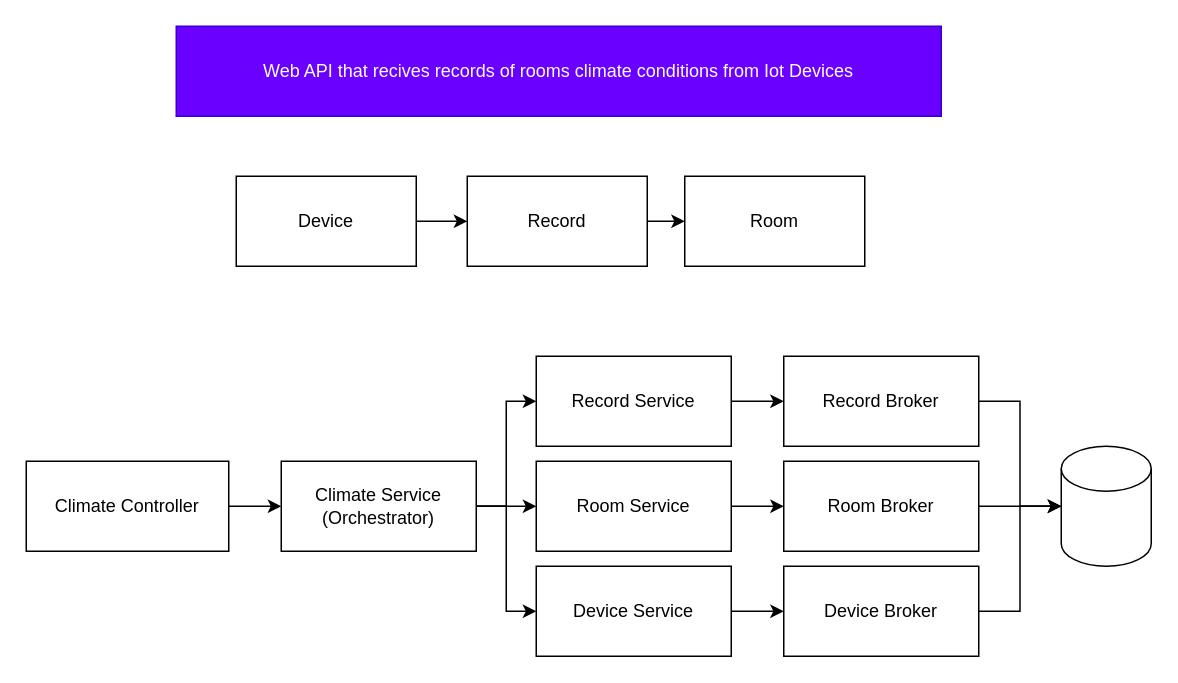
This is RoomClimateRecordDesign.drawio from joserossini/RoomClimateRecord, a draw.io file, before an edit. Source tidied: cells renumbered, new cells numbered last; positions are measured from the earlier drawing's top-left corner, leaving out a move shared by most shapes. Both pictures are drawn from the tidied source at 150%, with x=0, y=0 at pixel (26, 26).
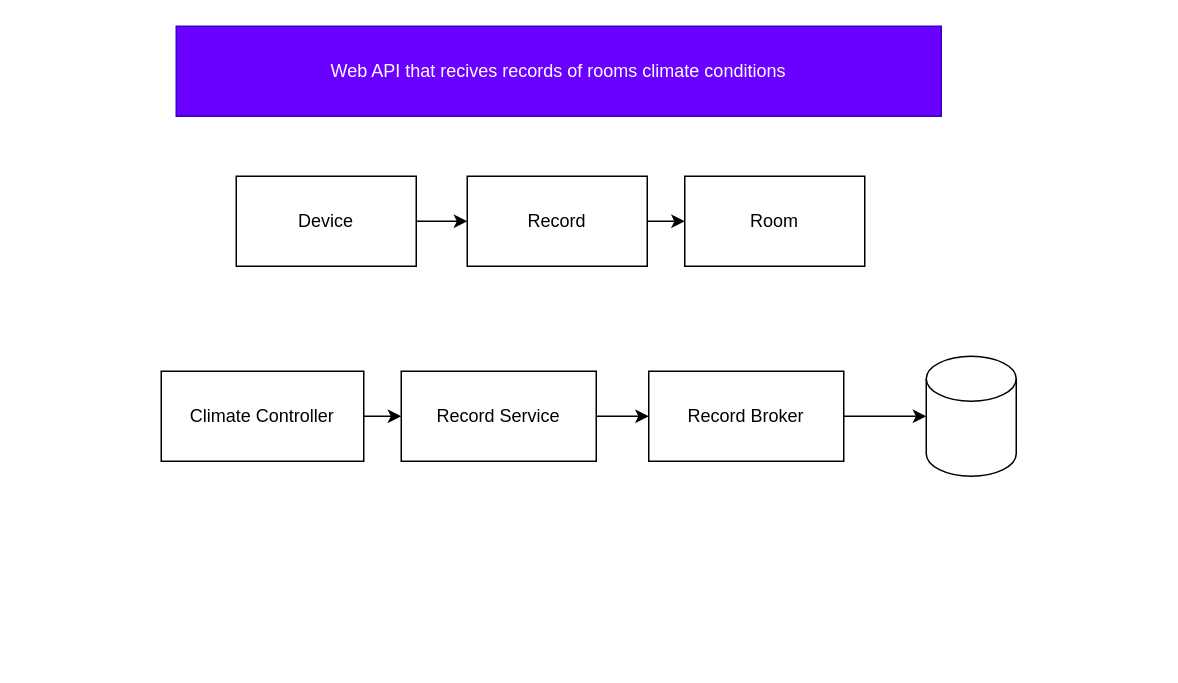
The same diagram, later.

Commit message (it also covers changes not shown here):
Added some code fundation for the broker, controller and service

What changed in the source:
```diff
@@
-    <mxCell id="2" value="Web API that recives records of rooms climate conditions from Iot Devices" style="rounded=0;whiteSpace=wrap;html=1;fillColor=#6a00ff;fontColor=#ffffff;strokeColor=#3700CC;" parent="1" vertex="1">
+    <mxCell id="2" value="Web API that recives records of rooms climate conditions" style="rounded=0;whiteSpace=wrap;html=1;fillColor=#6a00ff;fontColor=#ffffff;strokeColor=#3700CC;" parent="1" vertex="1">
       <mxGeometry x="100" width="510" height="60" as="geometry" />
     </mxCell>
@@
     <mxCell id="8" value="&lt;br&gt;" style="shape=cylinder3;whiteSpace=wrap;html=1;boundedLbl=1;backgroundOutline=1;size=15;" parent="1" vertex="1">
-      <mxGeometry x="690" y="280" width="60" height="80" as="geometry" />
+      <mxGeometry x="600" y="220" width="60" height="80" as="geometry" />
     </mxCell>
@@
     <mxCell id="10" value="Record Broker" style="rounded=0;whiteSpace=wrap;html=1;" parent="1" vertex="1">
-      <mxGeometry x="505" y="220" width="130" height="60" as="geometry" />
+      <mxGeometry x="415" y="230" width="130" height="60" as="geometry" />
     </mxCell>
-    <mxCell id="11" style="edgeStyle=orthogonalEdgeStyle;rounded=0;jettySize=auto;html=1;entryX=0;entryY=0.5;entryDx=0;entryDy=0;entryPerimeter=0;" parent="1" edge="1" source="12" target="8">
-      <mxGeometry relative="1" as="geometry" />
-    </mxCell>
-    <mxCell id="12" value="Room Broker" style="rounded=0;whiteSpace=wrap;html=1;" parent="1" vertex="1">
-      <mxGeometry x="505" y="290" width="130" height="60" as="geometry" />
-    </mxCell>
-    <mxCell id="13" style="edgeStyle=orthogonalEdgeStyle;rounded=0;jettySize=auto;html=1;entryX=0;entryY=0.5;entryDx=0;entryDy=0;" parent="1" edge="1" source="14" target="26">
-      <mxGeometry relative="1" as="geometry" />
-    </mxCell>
+    <mxCell id="27" style="edgeStyle=orthogonalEdgeStyle;rounded=0;jettySize=auto;html=1;entryX=0;entryY=0.5;entryDx=0;entryDy=0;" parent="1" edge="1" source="14" target="20">
+      <mxGeometry relative="1" as="geometry" />
+    </mxCell>
     <mxCell id="14" value="Climate Controller" style="rounded=0;whiteSpace=wrap;html=1;" parent="1" vertex="1">
-      <mxGeometry y="290" width="135" height="60" as="geometry" />
+      <mxGeometry x="90" y="230" width="135" height="60" as="geometry" />
     </mxCell>
-    <mxCell id="15" style="edgeStyle=orthogonalEdgeStyle;rounded=0;jettySize=auto;html=1;entryX=0;entryY=0.5;entryDx=0;entryDy=0;entryPerimeter=0;" parent="1" edge="1" source="16" target="8">
-      <mxGeometry relative="1" as="geometry" />
-    </mxCell>
-    <mxCell id="16" value="Device Broker" style="rounded=0;whiteSpace=wrap;html=1;" parent="1" vertex="1">
-      <mxGeometry x="505" y="360" width="130" height="60" as="geometry" />
-    </mxCell>
-    <mxCell id="17" style="edgeStyle=orthogonalEdgeStyle;rounded=0;jettySize=auto;html=1;" parent="1" edge="1" source="18" target="12">
-      <mxGeometry relative="1" as="geometry" />
+    <mxCell id="17" style="edgeStyle=orthogonalEdgeStyle;rounded=0;orthogonalLoop=1;jettySize=auto;html=1;" parent="1" edge="1">
+      <mxGeometry relative="1" as="geometry">
+        <mxPoint x="470" y="320" as="sourcePoint" />
+      </mxGeometry>
     </mxCell>
-    <mxCell id="18" value="Room Service" style="rounded=0;whiteSpace=wrap;html=1;" parent="1" vertex="1">
-      <mxGeometry x="340" y="290" width="130" height="60" as="geometry" />
-    </mxCell>
@@
     <mxCell id="20" value="Record Service" style="rounded=0;whiteSpace=wrap;html=1;" parent="1" vertex="1">
-      <mxGeometry x="340" y="220" width="130" height="60" as="geometry" />
+      <mxGeometry x="250" y="230" width="130" height="60" as="geometry" />
     </mxCell>
-    <mxCell id="21" style="edgeStyle=orthogonalEdgeStyle;rounded=0;jettySize=auto;html=1;" parent="1" edge="1" source="22" target="16">
-      <mxGeometry relative="1" as="geometry" />
+    <mxCell id="21" style="edgeStyle=orthogonalEdgeStyle;rounded=0;orthogonalLoop=1;jettySize=auto;html=1;" parent="1" edge="1">
+      <mxGeometry relative="1" as="geometry">
+        <mxPoint x="505" y="390" as="targetPoint" />
+      </mxGeometry>
     </mxCell>
-    <mxCell id="22" value="Device Service" style="rounded=0;whiteSpace=wrap;html=1;" parent="1" vertex="1">
-      <mxGeometry x="340" y="360" width="130" height="60" as="geometry" />
-    </mxCell>
-    <mxCell id="23" style="edgeStyle=orthogonalEdgeStyle;rounded=0;jettySize=auto;html=1;entryX=0;entryY=0.5;entryDx=0;entryDy=0;" parent="1" edge="1" source="26" target="20">
-      <mxGeometry relative="1" as="geometry" />
-    </mxCell>
-    <mxCell id="24" style="edgeStyle=orthogonalEdgeStyle;rounded=0;jettySize=auto;html=1;entryX=0;entryY=0.5;entryDx=0;entryDy=0;" parent="1" edge="1" source="26" target="18">
-      <mxGeometry relative="1" as="geometry" />
-    </mxCell>
-    <mxCell id="25" style="edgeStyle=orthogonalEdgeStyle;rounded=0;jettySize=auto;html=1;entryX=0;entryY=0.5;entryDx=0;entryDy=0;" parent="1" edge="1" source="26" target="22">
-      <mxGeometry relative="1" as="geometry" />
-    </mxCell>
-    <mxCell id="26" value="Climate Service&lt;br&gt;(Orchestrator)" style="rounded=0;whiteSpace=wrap;html=1;" parent="1" vertex="1">
-      <mxGeometry x="170" y="290" width="130" height="60" as="geometry" />
-    </mxCell>
```
